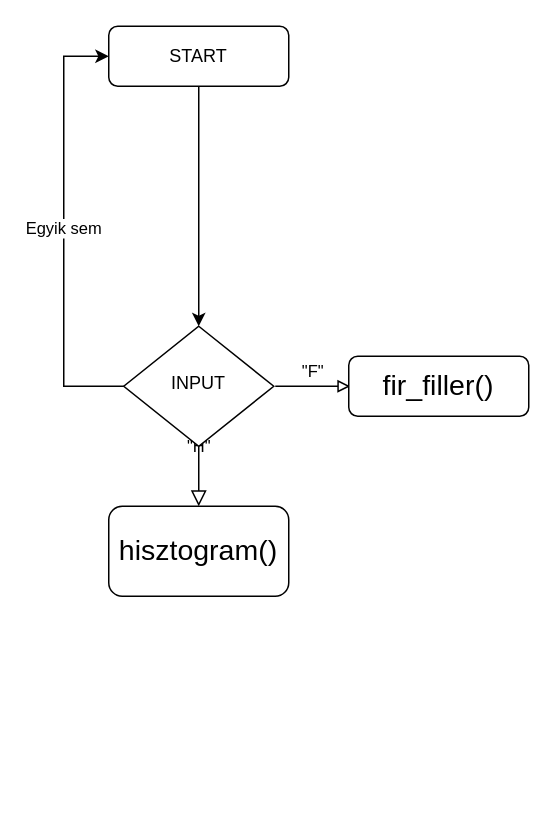
Above: Megnevezetlen diagram.drawio in lecsaaa/lecsaaa (draw.io), before the change. Source tidied: cells renumbered, new cells numbered last; positions are measured from the earlier drawing's top-left corner, leaving out a move shared by most shapes. Both pictures are drawn from the tidied source at 150%, with x=0, y=0 at pixel (63, 26).
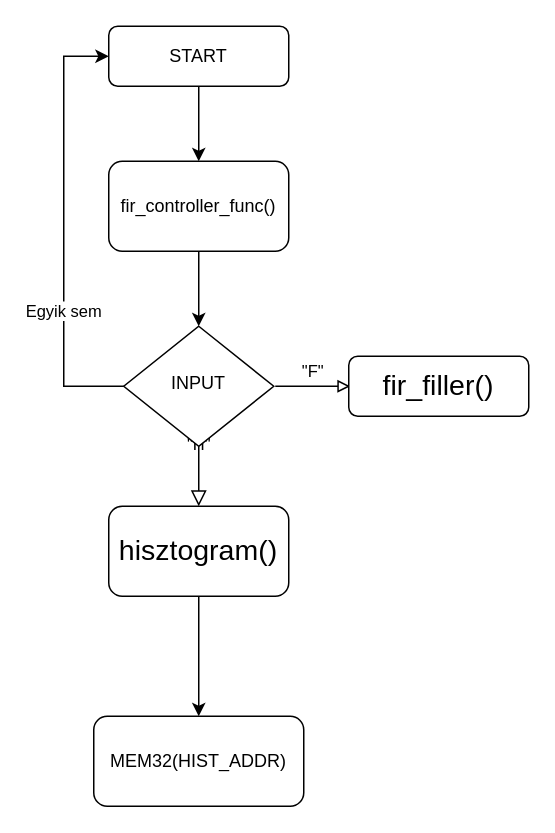
Above is the later version.

What changed in the source:
```diff
@@
 <mxGraphModel>
   <root>
     <mxCell id="0" />
     <mxCell id="1" parent="0" />
-    <mxCell id="2" style="edgeStyle=orthogonalEdgeStyle;rounded=0;jettySize=auto;html=1;exitX=0.5;exitY=1;exitDx=0;exitDy=0;entryX=0.5;entryY=0;entryDx=0;entryDy=0;" parent="1" edge="1" source="3" target="7">
-      <mxGeometry relative="1" as="geometry" />
-    </mxCell>
+    <mxCell id="10" style="edgeStyle=orthogonalEdgeStyle;rounded=0;jettySize=auto;html=1;" parent="1" edge="1" source="3" target="14">
+      <mxGeometry relative="1" as="geometry" />
+    </mxCell>
     <mxCell id="3" value="START" style="rounded=1;whiteSpace=wrap;html=1;fontSize=12;glass=0;strokeWidth=1;shadow=0;" parent="1" vertex="1">
       <mxGeometry x="30" width="120" height="40" as="geometry" />
     </mxCell>
     <mxCell id="4" value="&quot;H&quot;" style="rounded=0;html=1;jettySize=auto;fontSize=11;endArrow=block;endFill=0;endSize=8;strokeWidth=1;shadow=0;labelBackgroundColor=none;edgeStyle=orthogonalEdgeStyle;" parent="1" edge="1" source="7">
-      <mxGeometry y="20" relative="1" as="geometry">
+      <mxGeometry x="0.01" y="20" relative="1" as="geometry">
         <mxPoint x="90" y="320" as="targetPoint" />
+        <mxPoint y="-1" as="offset" />
       </mxGeometry>
     </mxCell>
     <mxCell id="5" value="&quot;F&quot;" style="edgeStyle=orthogonalEdgeStyle;rounded=0;html=1;jettySize=auto;orthogonalLoop=1;fontSize=11;endArrow=block;endFill=0;strokeWidth=1;shadow=0;labelBackgroundColor=none;" parent="1" edge="1">
       <mxGeometry y="10" relative="1" as="geometry">
         <mxPoint x="141" y="240" as="sourcePoint" />
         <mxPoint x="191" y="240" as="targetPoint" />
         <Array as="points">
           <mxPoint x="160" y="240" />
           <mxPoint x="160" y="240" />
         </Array>
       </mxGeometry>
     </mxCell>
     <mxCell id="6" value="Egyik sem" style="edgeStyle=orthogonalEdgeStyle;jettySize=auto;html=1;entryX=0;entryY=0.5;entryDx=0;entryDy=0;rounded=0;" parent="1" edge="1" source="7" target="3">
-      <mxGeometry relative="1" as="geometry">
+      <mxGeometry x="-0.38" relative="1" as="geometry">
         <Array as="points">
           <mxPoint y="240" />
           <mxPoint y="20" />
         </Array>
       </mxGeometry>
     </mxCell>
     <mxCell id="7" value="INPUT" style="rhombus;whiteSpace=wrap;html=1;shadow=0;fontFamily=Helvetica;fontSize=12;align=center;strokeWidth=1;spacing=6;spacingTop=-4;" parent="1" vertex="1">
       <mxGeometry x="40" y="200" width="100" height="80" as="geometry" />
     </mxCell>
     <mxCell id="8" value="&lt;font style=&quot;font-size: 19px;&quot;&gt;fir_filler()&lt;/font&gt;" style="rounded=1;whiteSpace=wrap;html=1;fontSize=12;glass=0;strokeWidth=1;shadow=0;" parent="1" vertex="1">
       <mxGeometry x="190" y="220" width="120" height="40" as="geometry" />
     </mxCell>
+    <mxCell id="11" style="edgeStyle=orthogonalEdgeStyle;rounded=0;jettySize=auto;html=1;exitX=0.5;exitY=1;exitDx=0;exitDy=0;" parent="1" edge="1" source="9" target="12">
+      <mxGeometry relative="1" as="geometry" />
+    </mxCell>
     <mxCell id="9" value="&lt;font style=&quot;font-size: 19px;&quot;&gt;hisztogram()&lt;/font&gt;" style="rounded=1;whiteSpace=wrap;html=1;" parent="1" vertex="1">
       <mxGeometry x="30" y="320" width="120" height="60" as="geometry" />
     </mxCell>
+    <mxCell id="12" value="MEM32(HIST_ADDR)" style="rounded=1;whiteSpace=wrap;html=1;" parent="1" vertex="1">
+      <mxGeometry x="20" y="460" width="140" height="60" as="geometry" />
+    </mxCell>
+    <mxCell id="13" style="edgeStyle=orthogonalEdgeStyle;rounded=0;jettySize=auto;html=1;" parent="1" edge="1" source="14" target="7">
+      <mxGeometry relative="1" as="geometry" />
+    </mxCell>
+    <mxCell id="14" value="fir_controller_func()" style="rounded=1;whiteSpace=wrap;html=1;" parent="1" vertex="1">
+      <mxGeometry x="30" y="90" width="120" height="60" as="geometry" />
+    </mxCell>
   </root>
 </mxGraphModel>
```
